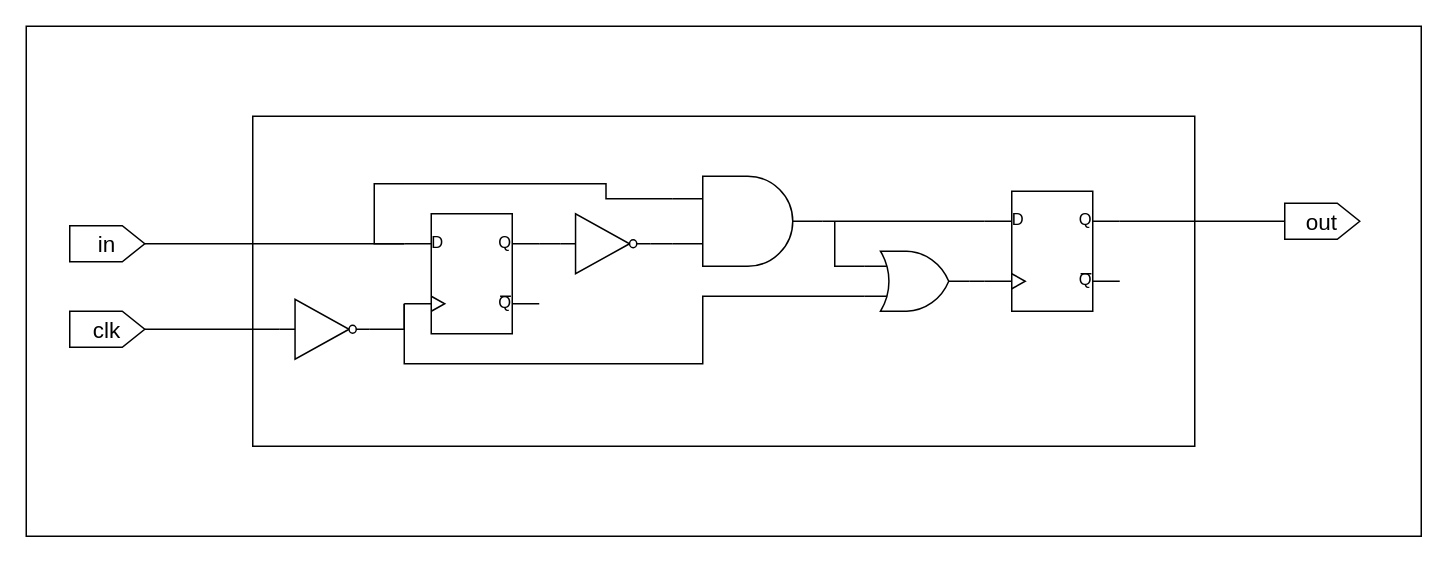
The draw.io diagram page "RisingEdgeDetector" (10 of 11) of Uart.drawio in FlavioRenzi/UART_Project, before the edit. Source tidied: cells renumbered, new cells numbered last; positions are measured from the earlier drawing's top-left corner, leaving out a move shared by most shapes. Both pictures are drawn from the tidied source at 150%, with x=0, y=0 at pixel (26, 26).
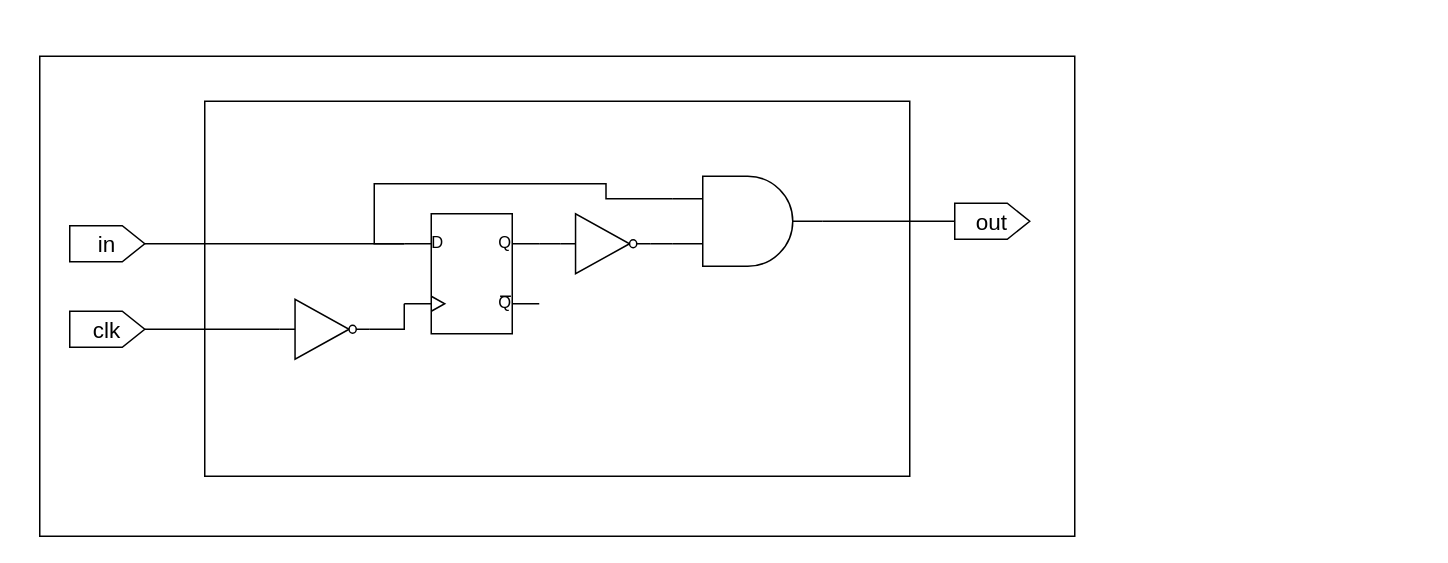
After the change.

The change refers to these unchanged cells:
```xml
<mxCell id="3" style="verticalLabelPosition=bottom;shadow=0;dashed=0;align=center;html=1;verticalAlign=top;shape=mxgraph.electrical.logic_gates.d_type_flip-flop;fillColor=#ffffff;fontSize=17;" parent="1" vertex="1">
  <mxGeometry x="252" y="125" width="90" height="80" as="geometry" />
</mxCell>
<mxCell id="8" style="verticalLabelPosition=bottom;shadow=0;dashed=0;align=center;html=1;verticalAlign=top;shape=mxgraph.electrical.logic_gates.logic_gate;operation=and;fillColor=#ffffff;fontSize=17;" parent="1" vertex="1">
  <mxGeometry x="431" y="100" width="100" height="60" as="geometry" />
</mxCell>
```

The edit, as a diff of the source:
```diff
@@
-    <mxCell id="7" style="edgeStyle=orthogonalEdgeStyle;rounded=0;jettySize=auto;html=1;exitX=1;exitY=0.5;exitDx=0;exitDy=0;exitPerimeter=0;entryX=0;entryY=0.25;entryDx=0;entryDy=0;entryPerimeter=0;endArrow=none;endFill=0;" parent="1" edge="1" source="8" target="20">
-      <mxGeometry relative="1" as="geometry" />
-    </mxCell>
+    <mxCell id="24" style="edgeStyle=orthogonalEdgeStyle;rounded=0;jettySize=auto;html=1;exitX=1;exitY=0.5;exitDx=0;exitDy=0;exitPerimeter=0;entryX=0.5;entryY=0;entryDx=0;entryDy=0;fontSize=14;endArrow=none;endFill=0;" parent="1" edge="1" source="8" target="14">
+      <mxGeometry relative="1" as="geometry" />
+    </mxCell>
@@
     <mxCell id="14" value="out" style="shape=offPageConnector;whiteSpace=wrap;html=1;rotation=0;size=0.3;direction=north;fontSize=15;" parent="1" vertex="1">
-      <mxGeometry x="839" y="118" width="50" height="24" as="geometry" />
+      <mxGeometry x="619" y="118" width="50" height="24" as="geometry" />
     </mxCell>
@@
     <mxCell id="16" style="rounded=0;whiteSpace=wrap;html=1;fontSize=14;fillColor=none;" parent="1" vertex="1">
-      <mxGeometry x="151" y="60" width="628" height="220" as="geometry" />
+      <mxGeometry x="119" y="50" width="470" height="250" as="geometry" />
     </mxCell>
     <mxCell id="17" style="rounded=0;whiteSpace=wrap;html=1;fontSize=14;fillColor=none;" parent="1" vertex="1">
-      <mxGeometry width="930" height="340" as="geometry" />
+      <mxGeometry x="9" y="20" width="690" height="320" as="geometry" />
     </mxCell>
-    <mxCell id="18" style="edgeStyle=orthogonalEdgeStyle;rounded=0;jettySize=auto;html=1;exitX=0;exitY=0.75;exitDx=0;exitDy=0;exitPerimeter=0;entryX=1;entryY=0.5;entryDx=0;entryDy=0;entryPerimeter=0;endArrow=none;endFill=0;" parent="1" edge="1" source="20" target="23">
-      <mxGeometry relative="1" as="geometry" />
-    </mxCell>
-    <mxCell id="19" style="edgeStyle=orthogonalEdgeStyle;rounded=0;jettySize=auto;html=1;exitX=1;exitY=0.25;exitDx=0;exitDy=0;exitPerimeter=0;entryX=0.5;entryY=0;entryDx=0;entryDy=0;endArrow=none;endFill=0;" parent="1" edge="1" source="20" target="14">
-      <mxGeometry relative="1" as="geometry" />
-    </mxCell>
-    <mxCell id="20" style="verticalLabelPosition=bottom;shadow=0;dashed=0;align=center;html=1;verticalAlign=top;shape=mxgraph.electrical.logic_gates.d_type_flip-flop;fillColor=#ffffff;fontSize=17;" parent="1" vertex="1">
-      <mxGeometry x="639" y="110" width="90" height="80" as="geometry" />
-    </mxCell>
-    <mxCell id="21" style="edgeStyle=orthogonalEdgeStyle;rounded=0;jettySize=auto;html=1;exitX=0;exitY=0.25;exitDx=0;exitDy=0;exitPerimeter=0;endArrow=none;endFill=0;" parent="1" edge="1" source="23">
-      <mxGeometry relative="1" as="geometry">
-        <mxPoint x="539" y="130" as="targetPoint" />
-      </mxGeometry>
-    </mxCell>
-    <mxCell id="22" style="edgeStyle=orthogonalEdgeStyle;rounded=0;jettySize=auto;html=1;exitX=0;exitY=0.75;exitDx=0;exitDy=0;exitPerimeter=0;entryX=0;entryY=0.75;entryDx=0;entryDy=0;entryPerimeter=0;endArrow=none;endFill=0;" parent="1" edge="1" source="23" target="3">
-      <mxGeometry relative="1" as="geometry">
-        <Array as="points">
-          <mxPoint x="451" y="180" />
-          <mxPoint x="451" y="225" />
-          <mxPoint x="252" y="225" />
-        </Array>
-      </mxGeometry>
-    </mxCell>
-    <mxCell id="23" style="verticalLabelPosition=bottom;shadow=0;dashed=0;align=center;html=1;verticalAlign=top;shape=mxgraph.electrical.logic_gates.logic_gate;operation=or;" parent="1" vertex="1">
-      <mxGeometry x="559" y="150" width="70" height="40" as="geometry" />
-    </mxCell>
```
